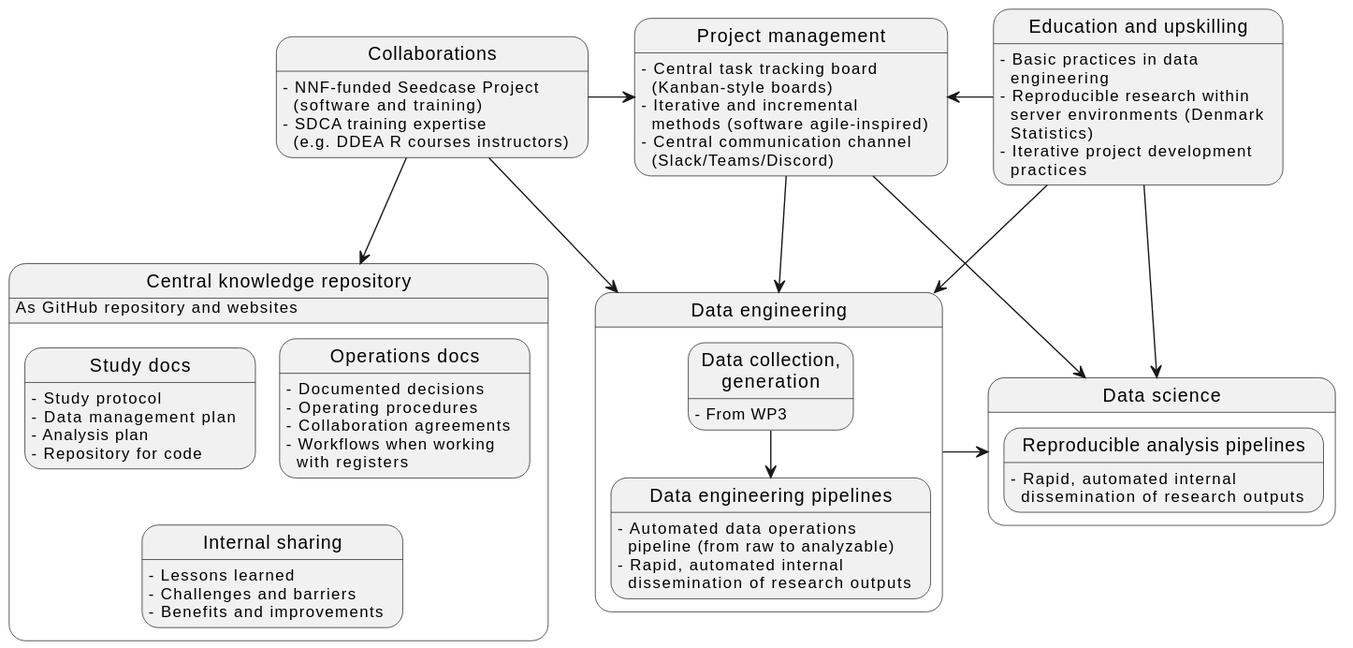
Above: wp1/images/actions.svg in steno-aarhus/dp-next (PlantUML), before the change. Its diagram source:
```plantuml
@startuml
state "Central knowledge repository" as ckr {
  ckr : As GitHub repository and websites
  state "Study docs" as sd
  sd : - Study protocol
  sd : - Data management plan
  sd : - Analysis plan
  sd : - Repository for code

  state "Operations docs" as od
  od : - Documented decisions
  od : - Operating procedures
  od : - Collaboration agreements
  od : - Workflows when working\n  with registers

  state "Internal sharing" as share
  share : - Lessons learned
  share : - Challenges and barriers
  share : - Benefits and improvements
}

state "Data engineering" as de {
  state "Data collection,\ngeneration" as dc
  dc : - From WP3

  state "Data engineering pipelines" as dep
  dep : - Automated data operations\n  pipeline (from raw to analyzable)
  dep : - Rapid, automated internal\n  dissemination of research outputs
}

state "Data science" as ds {
  state "Reproducible analysis pipelines" as rap
  rap : - Rapid, automated internal\n  dissemination of research outputs

}

state "Project management" as pm
pm : - Central task tracking board\n  (Kanban-style boards)
pm : - Iterative and incremental\n  methods (software agile-inspired)
pm : - Central communication channel\n  (Slack/Teams/Discord)

state "Education and upskilling" as edu
edu : - Basic practices in data\n  engineering
edu : - Reproducible research within\n  server environments (Denmark\n  Statistics)
edu : - Iterative project development\n  practices


state "Collaborations" as collab
collab : - NNF-funded Seedcase Project\n  (software and training)
collab : - SDCA training expertise\n  (e.g. DDEA R courses instructors)

ckr -[hidden]> de
de -> ds

sd -[hidden]-> share
od -[hidden]-> share

pm --> de
pm --> ds
dc --> dep

collab -> pm
collab --> ckr
collab --> de

edu -left> pm
edu --> de
edu --> ds
@enduml
```
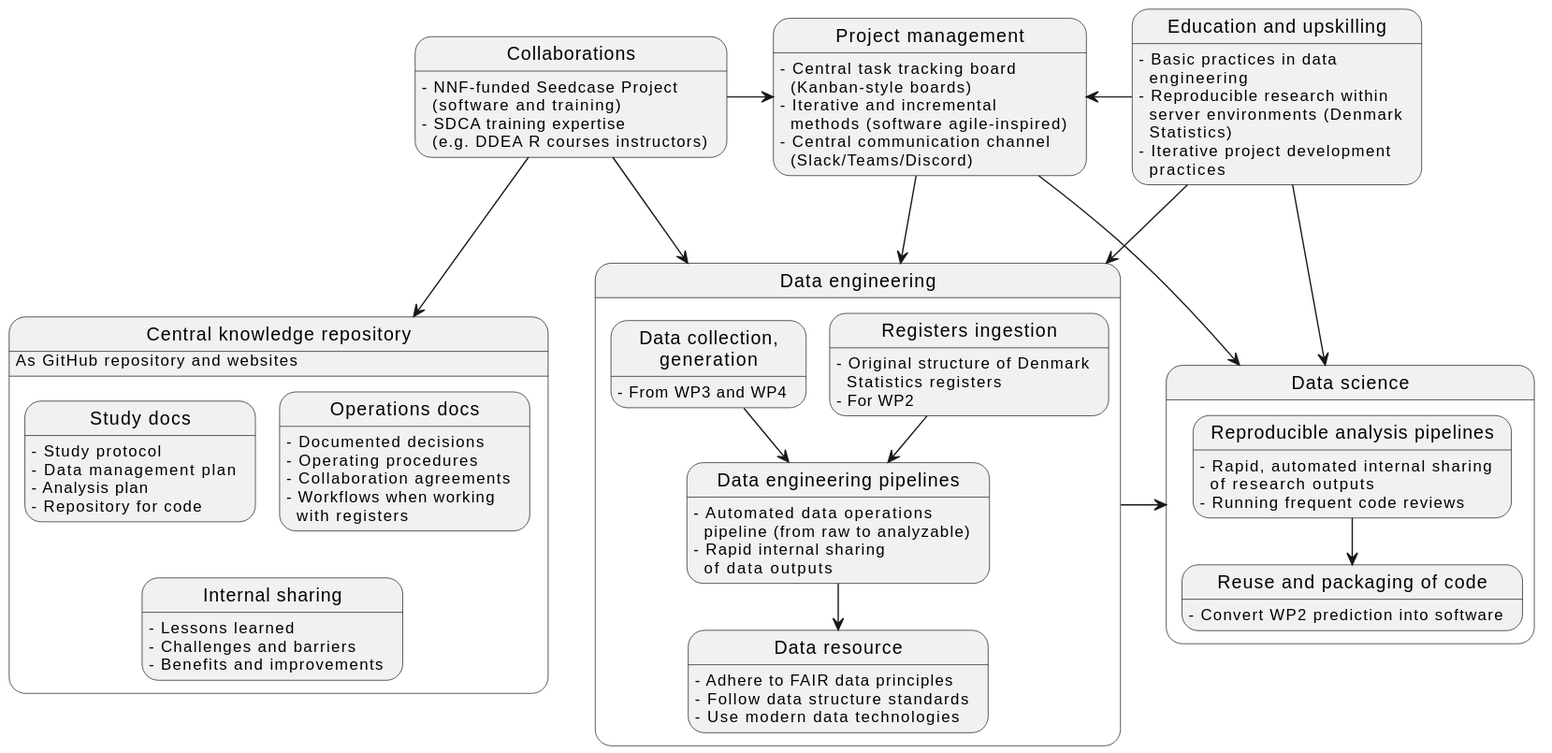
Above is the later version.

Commit message:
docs(figures): :memo: update and finish a draft of the figures

The edit, as a diff of the source:
```diff
@@ -21,17 +21,29 @@
 
 state "Data engineering" as de {
   state "Data collection,\ngeneration" as dc
-  dc : - From WP3
+  dc : - From WP3 and WP4
+
+  state "Registers ingestion" as ri
+  ri : - Original structure of Denmark\n  Statistics registers
+  ri : - For WP2
 
   state "Data engineering pipelines" as dep
   dep : - Automated data operations\n  pipeline (from raw to analyzable)
-  dep : - Rapid, automated internal\n  dissemination of research outputs
+  dep : - Rapid internal sharing\n  of data outputs
+
+  state "Data resource" as dr
+  dr : - Adhere to FAIR data principles
+  dr : - Follow data structure standards
+  dr : - Use modern data technologies
 }
 
 state "Data science" as ds {
   state "Reproducible analysis pipelines" as rap
-  rap : - Rapid, automated internal\n  dissemination of research outputs
+  rap : - Rapid, automated internal sharing\n  of research outputs
+  rap : - Running frequent code reviews
 
+  state "Reuse and packaging of code" as pkg
+  pkg : - Convert WP2 prediction into software
 }
 
 state "Project management" as pm
@@ -58,6 +70,9 @@
 pm --> de
 pm --> ds
 dc --> dep
+dc -[hidden]> ri
+ri --> dep
+dep --> dr
 
 collab -> pm
 collab --> ckr
@@ -66,4 +81,6 @@
 edu -left> pm
 edu --> de
 edu --> ds
+
+rap --> pkg
 @enduml
```
